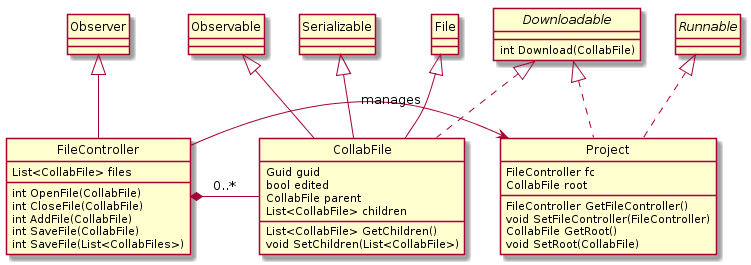
cs383-4/sQuire keeps this PlantUML diagram as doc/SSRS/images/ClassDiagrams/FileManagement.png. Above is the earlier version.
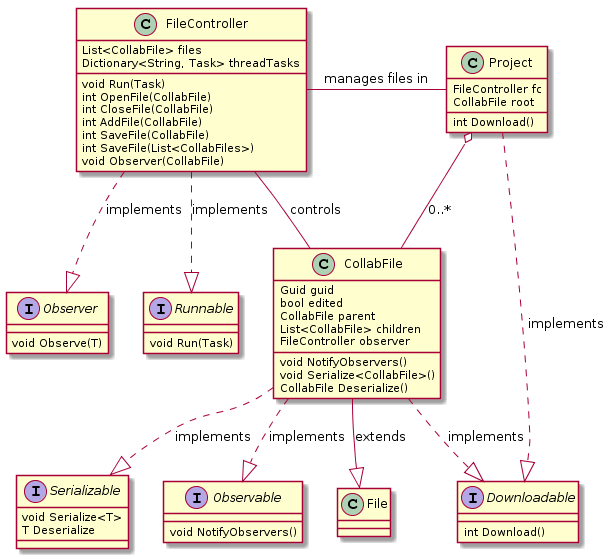
After the commit.

Commit message:
Updated FileManagement class diagram.

What changed in the source:
```diff
@@ -1,40 +1,66 @@
 @startuml
-hide circle
+interface Downloadable {
+    int Download()
+}
+interface Serializable {
+    void Serialize<T>
+    T Deserialize
+}
+interface Observable {
+    void NotifyObservers()
+}
+interface Observer {
+    void Observe(T)
+}
+interface Runnable {
+    void Run(Task)
+}
+class File
 
-class FileController extends Observer {
+class FileController {
     List<CollabFile> files
+    Dictionary<String, Task> threadTasks
 
+    void Run(Task)
     int OpenFile(CollabFile)
     int CloseFile(CollabFile)
     int AddFile(CollabFile)
     int SaveFile(CollabFile)
     int SaveFile(List<CollabFiles>)
+    void Observer(CollabFile)
 }
 
-FileController *- CollabFile : 0..*
-FileController -> Project : manages
+FileController ..|> Observer : implements
+FileController ..|> Runnable : implements
 
-class CollabFile extends Observable, Serializable, File implements Downloadable {
+CollabFile --o Project : 0..*
+FileController -- CollabFile : controls
+FileController -right- Project : manages files in
+
+class CollabFile {
     Guid guid
     bool edited
     CollabFile parent
     List<CollabFile> children
+    FileController observer
 
-    List<CollabFile> GetChildren()
-    void SetChildren(List<CollabFile>)
+    void NotifyObservers()
+    void Serialize<CollabFile>()
+    CollabFile Deserialize()
 }
 
-interface Downloadable {
-    int Download(CollabFile)
-}
+CollabFile --|> File : extends
+CollabFile ..|> Downloadable : implements
+CollabFile ..|> Serializable : implements
+CollabFile ..|> Observable : implements
 
-class Project implements Downloadable, Runnable {
+
+class Project {
     FileController fc
     CollabFile root
 
-    FileController GetFileController()
-    void SetFileController(FileController)
-    CollabFile GetRoot()
-    void SetRoot(CollabFile)
+    int Download()
 }
+
+Project ..|> Downloadable : implements
 @enduml
```
